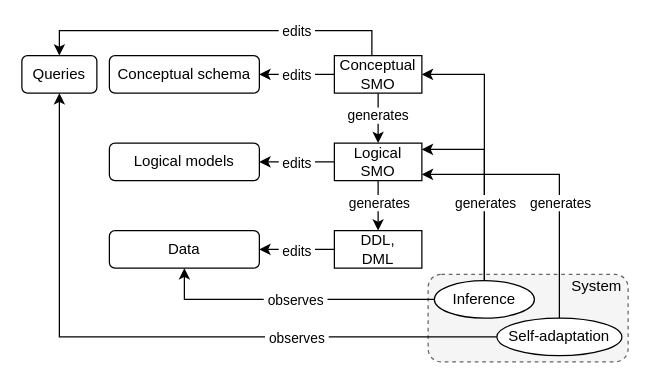
This is page "evolution_hierarchy" (1 of 16) of img/src/commentary.drawio from tuaki/phd-thesis, a draw.io file, before an edit. Source tidied: cells renumbered, new cells numbered last; positions are measured from the earlier drawing's top-left corner, leaving out a move shared by most shapes. Both pictures are drawn from the tidied source at 125%, with x=0, y=0 at pixel (21, 30).
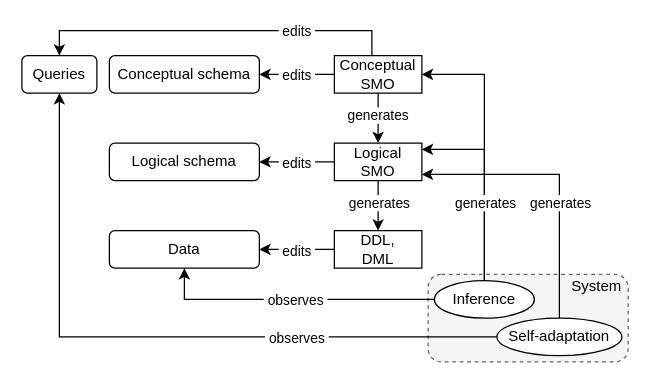
After the change.

The edit, as a diff of the source:
```diff
@@
-    <mxCell id="4" value="Logical models" style="rounded=1;whiteSpace=wrap;html=1;" parent="1" vertex="1">
+    <mxCell id="4" value="Logical schema" style="rounded=1;whiteSpace=wrap;html=1;" parent="1" vertex="1">
       <mxGeometry x="70" y="90" width="120" height="30" as="geometry" />
     </mxCell>
```
